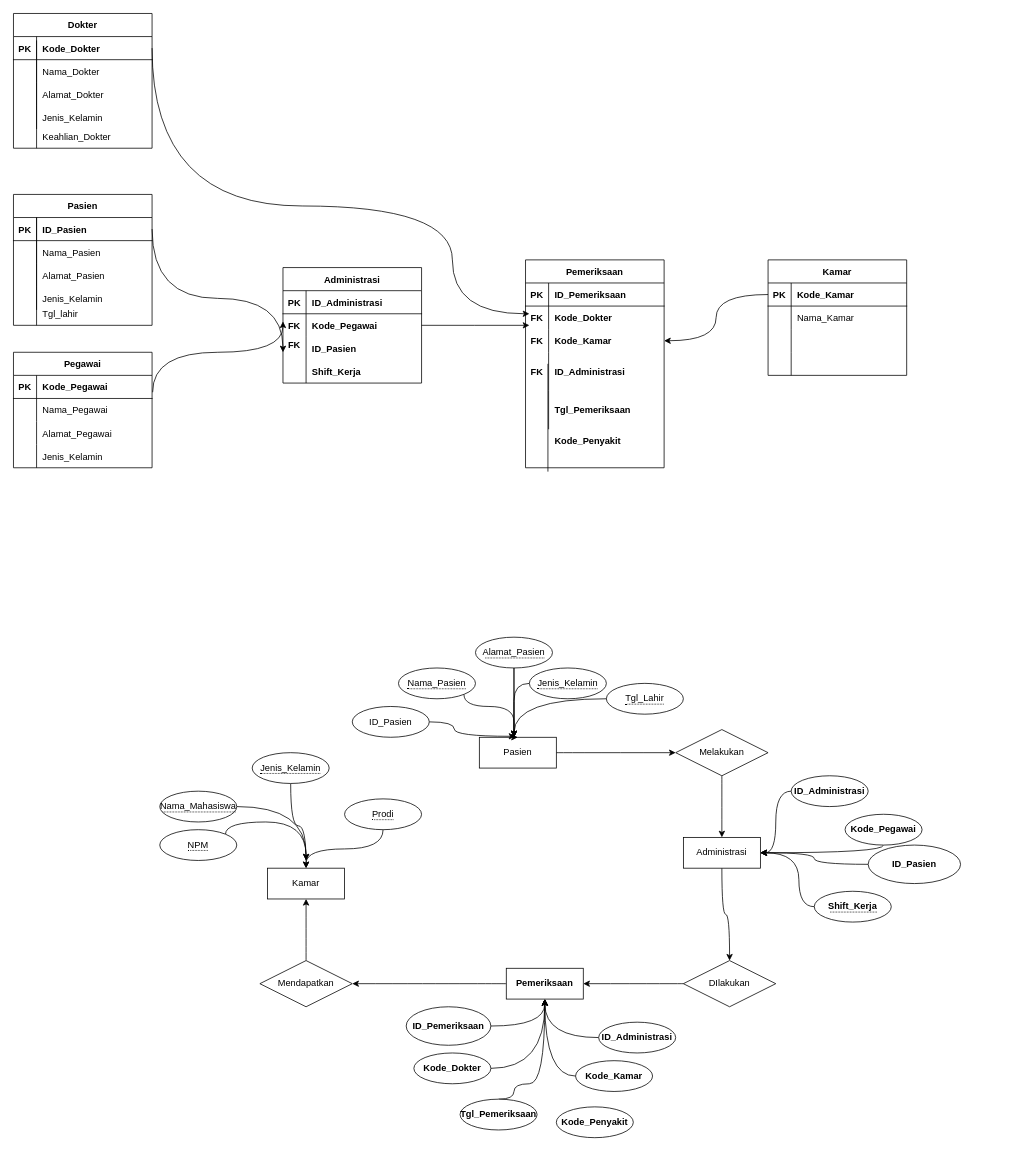
Earlier version of the draw.io diagram Rumah Sakit.drawio (lukmanprasetyo/Business-Model-Canvas-BMC-). Source tidied: cells renumbered, new cells numbered last; positions are measured from the earlier drawing's top-left corner, leaving out a move shared by most shapes. Both pictures are drawn from the tidied source at 77%, with x=0, y=0 at pixel (13, 13).
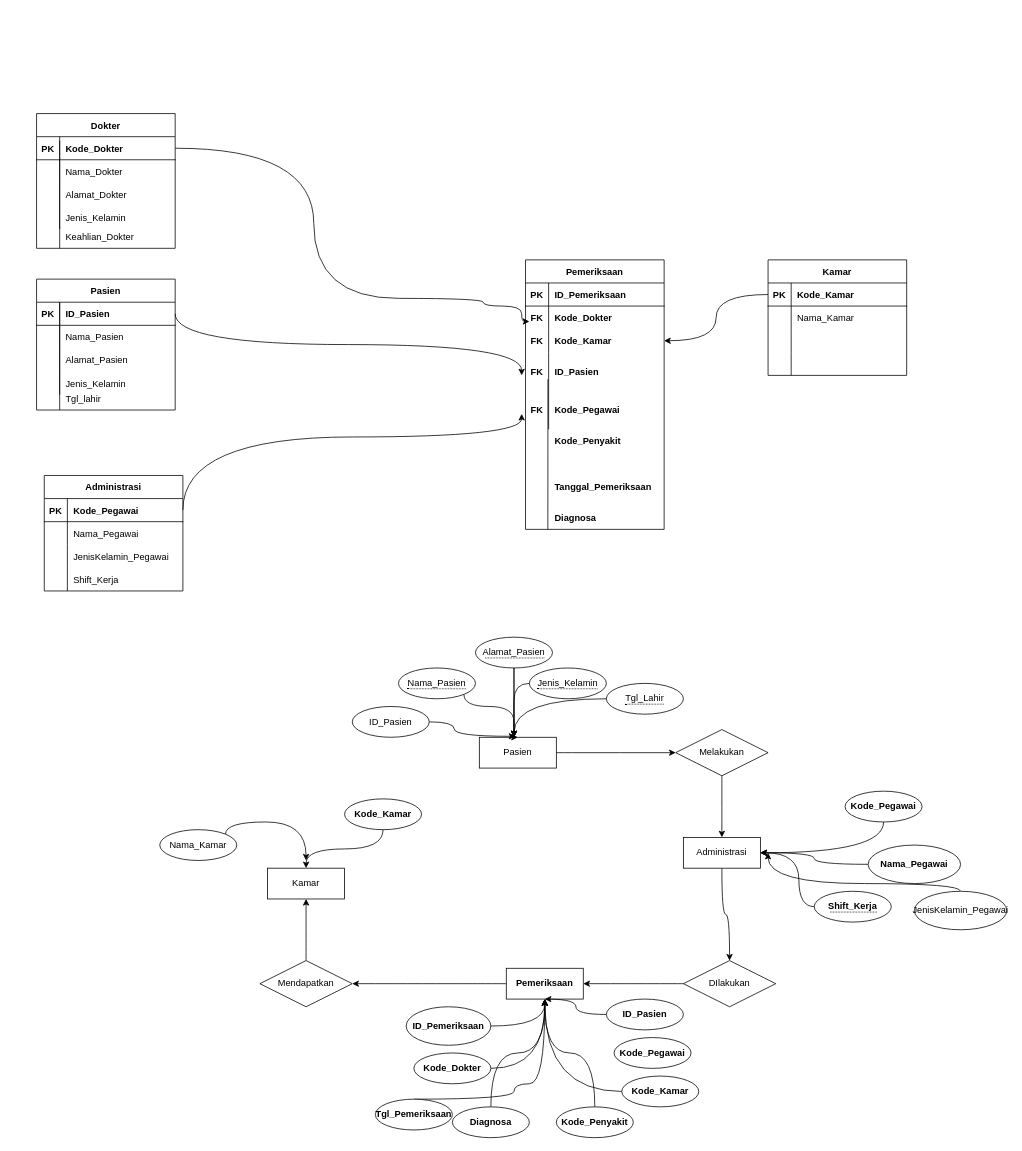
Above is the later version.

The change refers to these unchanged cells:
```xml
<mxCell id="18" style="shape=tableRow;horizontal=0;startSize=0;swimlaneHead=0;swimlaneBody=0;fillColor=none;points=[[0,0.5],[1,0.5]];portConstraint=eastwest;top=0;left=0;right=0;bottom=1;" parent="17" vertex="1">
  <mxGeometry y="30" width="180" height="30" as="geometry" />
</mxCell>
<mxCell id="33" value="Administrasi" style="whiteSpace=wrap;html=1;align=center;" parent="1" vertex="1">
  <mxGeometry x="870" y="1070" width="100" height="40" as="geometry" />
</mxCell>
<mxCell id="37" value="&lt;span style=&quot;font-weight: 700;&quot;&gt;Pemeriksaan&lt;/span&gt;" style="whiteSpace=wrap;html=1;align=center;" parent="1" vertex="1">
  <mxGeometry x="640" y="1240" width="100" height="40" as="geometry" />
</mxCell>
<mxCell id="42" value="Kamar" style="whiteSpace=wrap;html=1;align=center;" parent="1" vertex="1">
  <mxGeometry x="330" y="1110" width="100" height="40" as="geometry" />
</mxCell>
<mxCell id="96" style="shape=tableRow;horizontal=0;startSize=0;swimlaneHead=0;swimlaneBody=0;fillColor=none;points=[[0,0.5],[1,0.5]];portConstraint=eastwest;top=0;left=0;right=0;bottom=1;" parent="95" vertex="1">
  <mxGeometry y="30" width="180" height="30" as="geometry" />
</mxCell>
<mxCell id="122" style="shape=tableRow;horizontal=0;startSize=0;swimlaneHead=0;swimlaneBody=0;fillColor=none;top=0;left=0;right=0;bottom=0;" parent="112" vertex="1">
  <mxGeometry y="120" width="180" height="50" as="geometry" />
</mxCell>
<mxCell id="125" style="shape=tableRow;horizontal=0;startSize=0;swimlaneHead=0;swimlaneBody=0;fillColor=none;top=0;left=0;right=0;bottom=0;" parent="112" vertex="1">
  <mxGeometry y="170" width="180" height="50" as="geometry" />
</mxCell>
<mxCell id="135" style="shape=tableRow;horizontal=0;startSize=0;swimlaneHead=0;swimlaneBody=0;fillColor=none;points=[[0,0.5],[1,0.5]];portConstraint=eastwest;top=0;left=0;right=0;bottom=1;" parent="134" vertex="1">
  <mxGeometry y="30" width="180" height="30" as="geometry" />
</mxCell>
<mxCell id="141" style="shape=tableRow;horizontal=0;startSize=0;swimlaneHead=0;swimlaneBody=0;fillColor=none;top=0;left=0;right=0;bottom=0;" parent="134" vertex="1">
  <mxGeometry y="90" width="180" height="30" as="geometry" />
</mxCell>
<mxCell id="144" style="shape=tableRow;horizontal=0;startSize=0;swimlaneHead=0;swimlaneBody=0;fillColor=none;top=0;left=0;right=0;bottom=0;" parent="134" vertex="1">
  <mxGeometry y="120" width="180" height="30" as="geometry" />
</mxCell>
<mxCell id="153" value="&lt;span style=&quot;font-weight: 700; text-align: left;&quot;&gt;Kode_Penyakit&lt;/span&gt;" style="ellipse;whiteSpace=wrap;html=1;align=center;" parent="1" vertex="1">
  <mxGeometry x="705" y="1420" width="100" height="40" as="geometry" />
</mxCell>
```

What changed in the source:
```diff
@@
-    <mxCell id="2" value="Administrasi" style="shape=table;startSize=30;childLayout=tableLayout;rowLines=0;fontStyle=1;align=center;" parent="1" vertex="1">
-      <mxGeometry x="350" y="330" width="180" height="150" as="geometry" />
-    </mxCell>
-    <mxCell id="3" style="shape=tableRow;horizontal=0;startSize=0;swimlaneHead=0;swimlaneBody=0;fillColor=none;top=0;left=0;right=0;bottom=1;" parent="2" vertex="1">
-      <mxGeometry y="30" width="180" height="30" as="geometry" />
-    </mxCell>
-    <mxCell id="4" value="PK" style="shape=partialRectangle;fillColor=none;top=0;left=0;bottom=0;right=0;fontStyle=1;overflow=hidden;" parent="3" vertex="1">
-      <mxGeometry width="30" height="30" as="geometry" />
-    </mxCell>
-    <mxCell id="5" value="ID_Administrasi" style="shape=partialRectangle;fillColor=none;top=0;left=0;bottom=0;right=0;align=left;spacingLeft=6;fontStyle=1;overflow=hidden;" parent="3" vertex="1">
-      <mxGeometry x="30" width="150" height="30" as="geometry" />
-    </mxCell>
-    <mxCell id="6" style="shape=tableRow;horizontal=0;startSize=0;swimlaneHead=0;swimlaneBody=0;fillColor=none;points=[[0,0.5],[1,0.5]];portConstraint=eastwest;top=0;left=0;right=0;bottom=0;" parent="2" vertex="1">
-      <mxGeometry y="60" width="180" height="30" as="geometry" />
-    </mxCell>
-    <mxCell id="7" style="shape=partialRectangle;fillColor=none;top=0;left=0;bottom=0;right=0;overflow=hidden;" parent="6" vertex="1">
-      <mxGeometry width="30" height="30" as="geometry" />
-    </mxCell>
-    <mxCell id="8" value="Kode_Pegawai" style="shape=partialRectangle;fillColor=none;top=0;left=0;bottom=0;right=0;align=left;spacingLeft=6;overflow=hidden;fontStyle=1;" parent="6" vertex="1">
-      <mxGeometry x="30" width="150" height="30" as="geometry" />
-    </mxCell>
-    <mxCell id="9" style="shape=tableRow;horizontal=0;startSize=0;swimlaneHead=0;swimlaneBody=0;fillColor=none;top=0;left=0;right=0;bottom=0;" parent="2" vertex="1">
-      <mxGeometry y="90" width="180" height="30" as="geometry" />
-    </mxCell>
-    <mxCell id="10" style="shape=partialRectangle;fillColor=none;top=0;left=0;bottom=0;right=0;overflow=hidden;" parent="9" vertex="1">
-      <mxGeometry width="30" height="30" as="geometry" />
-    </mxCell>
-    <mxCell id="11" value="ID_Pasien" style="shape=partialRectangle;fillColor=none;top=0;left=0;bottom=0;right=0;align=left;spacingLeft=6;overflow=hidden;fontStyle=1;" parent="9" vertex="1">
-      <mxGeometry x="30" width="150" height="30" as="geometry" />
-    </mxCell>
-    <mxCell id="12" style="shape=tableRow;horizontal=0;startSize=0;swimlaneHead=0;swimlaneBody=0;fillColor=none;top=0;left=0;right=0;bottom=0;" parent="2" vertex="1">
-      <mxGeometry y="120" width="180" height="30" as="geometry" />
-    </mxCell>
-    <mxCell id="13" style="shape=partialRectangle;fillColor=none;top=0;left=0;bottom=0;right=0;overflow=hidden;" parent="12" vertex="1">
-      <mxGeometry width="30" height="30" as="geometry" />
-    </mxCell>
-    <mxCell id="14" value="Shift_Kerja" style="shape=partialRectangle;fillColor=none;top=0;left=0;bottom=0;right=0;align=left;spacingLeft=6;overflow=hidden;fontStyle=1;" parent="12" vertex="1">
-      <mxGeometry x="30" width="150" height="30" as="geometry" />
-    </mxCell>
-    <mxCell id="15" value="FK" style="shape=partialRectangle;fillColor=none;top=0;left=0;bottom=0;right=0;fontStyle=1;overflow=hidden;" parent="1" vertex="1">
-      <mxGeometry x="350" y="390" width="30" height="30" as="geometry" />
-    </mxCell>
-    <mxCell id="16" value="FK" style="shape=partialRectangle;fillColor=none;top=0;left=0;bottom=0;right=0;fontStyle=1;overflow=hidden;" parent="1" vertex="1">
-      <mxGeometry x="350" y="415" width="30" height="30" as="geometry" />
-    </mxCell>
     <mxCell id="17" value="Pasien" style="shape=table;startSize=30;childLayout=tableLayout;rowLines=0;fontStyle=1;align=center;" parent="1" vertex="1">
-      <mxGeometry y="235" width="180" height="170" as="geometry" />
+      <mxGeometry x="30" y="345" width="180" height="170" as="geometry" />
     </mxCell>
@@
-    <mxCell id="52" style="edgeStyle=orthogonalEdgeStyle;curved=1;rounded=0;jettySize=auto;html=1;entryX=1;entryY=0.5;entryDx=0;entryDy=0;" parent="1" edge="1" source="53" target="33">
-      <mxGeometry relative="1" as="geometry" />
-    </mxCell>
-    <mxCell id="53" value="&lt;span style=&quot;font-weight: 700; text-align: left;&quot;&gt;ID_Administrasi&lt;/span&gt;" style="ellipse;whiteSpace=wrap;html=1;align=center;" parent="1" vertex="1">
-      <mxGeometry x="1010" y="990" width="100" height="40" as="geometry" />
-    </mxCell>
@@
     <mxCell id="55" value="&lt;span style=&quot;font-weight: 700; text-align: left;&quot;&gt;Kode_Pegawai&lt;/span&gt;" style="ellipse;whiteSpace=wrap;html=1;align=center;" parent="1" vertex="1">
-      <mxGeometry x="1080" y="1040" width="100" height="40" as="geometry" />
+      <mxGeometry x="1080" y="1010" width="100" height="40" as="geometry" />
     </mxCell>
@@
-    <mxCell id="59" value="&lt;span style=&quot;font-weight: 700; text-align: left;&quot;&gt;ID_Administrasi&lt;/span&gt;" style="ellipse;whiteSpace=wrap;html=1;align=center;" parent="1" vertex="1">
-      <mxGeometry x="760" y="1310" width="100" height="40" as="geometry" />
+    <mxCell id="59" value="&lt;span style=&quot;font-weight: 700; text-align: left;&quot;&gt;ID_Pasien&lt;/span&gt;" style="ellipse;whiteSpace=wrap;html=1;align=center;" parent="1" vertex="1">
+      <mxGeometry x="770" y="1280" width="100" height="40" as="geometry" />
     </mxCell>
@@
     <mxCell id="63" value="&lt;span style=&quot;font-weight: 700; text-align: left;&quot;&gt;Kode_Kamar&lt;/span&gt;" style="ellipse;whiteSpace=wrap;html=1;align=center;" parent="1" vertex="1">
-      <mxGeometry x="730" y="1360" width="100" height="40" as="geometry" />
+      <mxGeometry x="790" y="1380" width="100" height="40" as="geometry" />
     </mxCell>
@@
-    <mxCell id="67" value="&lt;span style=&quot;border-bottom: 1px dotted&quot;&gt;Prodi&lt;/span&gt;" style="ellipse;whiteSpace=wrap;html=1;align=center;" parent="1" vertex="1">
+    <mxCell id="67" value="&lt;span style=&quot;font-weight: 700; text-align: left;&quot;&gt;Kode_Kamar&lt;/span&gt;" style="ellipse;whiteSpace=wrap;html=1;align=center;" parent="1" vertex="1">
       <mxGeometry x="430" y="1020" width="100" height="40" as="geometry" />
     </mxCell>
-    <mxCell id="68" style="edgeStyle=orthogonalEdgeStyle;curved=1;rounded=0;jettySize=auto;html=1;entryX=0.5;entryY=0;entryDx=0;entryDy=0;" parent="1" edge="1" source="69" target="42">
-      <mxGeometry relative="1" as="geometry" />
-    </mxCell>
-    <mxCell id="69" value="&lt;span style=&quot;border-bottom: 1px dotted&quot;&gt;Jenis_Kelamin&lt;/span&gt;" style="ellipse;whiteSpace=wrap;html=1;align=center;" parent="1" vertex="1">
-      <mxGeometry x="310" y="960" width="100" height="40" as="geometry" />
-    </mxCell>
-    <mxCell id="70" style="edgeStyle=orthogonalEdgeStyle;curved=1;rounded=0;jettySize=auto;html=1;" parent="1" edge="1" source="71">
-      <mxGeometry relative="1" as="geometry">
-        <mxPoint x="380" y="1100" as="targetPoint" />
-      </mxGeometry>
-    </mxCell>
-    <mxCell id="71" value="&lt;span style=&quot;border-bottom: 1px dotted&quot;&gt;Nama_Mahasiswa&lt;/span&gt;" style="ellipse;whiteSpace=wrap;html=1;align=center;" parent="1" vertex="1">
-      <mxGeometry x="190" y="1010" width="100" height="40" as="geometry" />
-    </mxCell>
@@
-    <mxCell id="73" value="&lt;span style=&quot;border-bottom: 1px dotted&quot;&gt;NPM&lt;/span&gt;" style="ellipse;whiteSpace=wrap;html=1;align=center;" parent="1" vertex="1">
+    <mxCell id="73" value="&lt;span style=&quot;text-align: left;&quot;&gt;Nama_Kamar&lt;/span&gt;" style="ellipse;whiteSpace=wrap;html=1;align=center;" parent="1" vertex="1">
       <mxGeometry x="190" y="1060" width="100" height="40" as="geometry" />
     </mxCell>
@@
-    <mxCell id="75" value="&lt;span style=&quot;font-weight: 700; text-align: left;&quot;&gt;ID_Pasien&lt;/span&gt;" style="ellipse;whiteSpace=wrap;html=1;align=center;" parent="1" vertex="1">
+    <mxCell id="75" value="&lt;span style=&quot;font-weight: 700; text-align: left;&quot;&gt;Nama_Pegawai&lt;/span&gt;" style="ellipse;whiteSpace=wrap;html=1;align=center;" parent="1" vertex="1">
       <mxGeometry x="1110" y="1080" width="120" height="50" as="geometry" />
     </mxCell>
     <mxCell id="76" style="endArrow=none;html=1;rounded=0;" parent="1" edge="1">
       <mxGeometry relative="1" as="geometry">
-        <mxPoint x="30" y="265" as="sourcePoint" />
-        <mxPoint x="30" y="405" as="targetPoint" />
+        <mxPoint x="60" y="375" as="sourcePoint" />
+        <mxPoint x="60" y="515" as="targetPoint" />
       </mxGeometry>
     </mxCell>
     <mxCell id="77" style="shape=tableRow;horizontal=0;startSize=0;swimlaneHead=0;swimlaneBody=0;fillColor=none;top=0;left=0;right=0;bottom=0;" parent="1" vertex="1">
-      <mxGeometry y="375" width="180" height="30" as="geometry" />
+      <mxGeometry x="30" y="485" width="180" height="30" as="geometry" />
     </mxCell>
@@
     <mxCell id="95" value="Dokter" style="shape=table;startSize=30;childLayout=tableLayout;rowLines=0;fontStyle=1;align=center;" parent="1" vertex="1">
-      <mxGeometry width="180" height="175" as="geometry" />
+      <mxGeometry x="30" y="130" width="180" height="175" as="geometry" />
     </mxCell>
@@
     <mxCell id="108" value="Keahlian_Dokter" style="shape=partialRectangle;fillColor=none;top=0;left=0;bottom=0;right=0;align=left;spacingLeft=6;overflow=hidden;" parent="1" vertex="1">
-      <mxGeometry x="30" y="145" width="150" height="30" as="geometry" />
+      <mxGeometry x="60" y="275" width="150" height="30" as="geometry" />
     </mxCell>
     <mxCell id="109" style="endArrow=none;html=1;rounded=0;" parent="1" edge="1">
       <mxGeometry relative="1" as="geometry">
-        <mxPoint x="30" y="35" as="sourcePoint" />
-        <mxPoint x="30" y="175" as="targetPoint" />
+        <mxPoint x="60" y="165" as="sourcePoint" />
+        <mxPoint x="60" y="305" as="targetPoint" />
       </mxGeometry>
     </mxCell>
@@
     <mxCell id="112" value="Pemeriksaan" style="shape=table;startSize=30;childLayout=tableLayout;rowLines=0;fontStyle=1;align=center;" parent="1" vertex="1">
-      <mxGeometry x="665" y="320" width="180" height="270" as="geometry" />
+      <mxGeometry x="665" y="320" width="180" height="350" as="geometry" />
     </mxCell>
@@
-    <mxCell id="124" value="ID_Administrasi" style="shape=partialRectangle;fillColor=none;top=0;left=0;bottom=0;right=0;align=left;spacingLeft=6;overflow=hidden;fontStyle=1;" parent="122" vertex="1">
+    <mxCell id="124" value="ID_Pasien" style="shape=partialRectangle;fillColor=none;top=0;left=0;bottom=0;right=0;align=left;spacingLeft=6;overflow=hidden;fontStyle=1;" parent="122" vertex="1">
       <mxGeometry x="30" width="150" height="50" as="geometry" />
     </mxCell>
@@
-    <mxCell id="127" value="Tgl_Pemeriksaan" style="shape=partialRectangle;fillColor=none;top=0;left=0;bottom=0;right=0;align=left;spacingLeft=6;overflow=hidden;fontStyle=1;" parent="125" vertex="1">
+    <mxCell id="127" value="Kode_Pegawai" style="shape=partialRectangle;fillColor=none;top=0;left=0;bottom=0;right=0;align=left;spacingLeft=6;overflow=hidden;fontStyle=1;" parent="125" vertex="1">
       <mxGeometry x="30" width="150" height="50" as="geometry" />
     </mxCell>
@@
     <mxCell id="130" style="endArrow=none;html=1;rounded=0;" parent="1" edge="1">
       <mxGeometry relative="1" as="geometry">
-        <mxPoint x="694.1" y="455" as="sourcePoint" />
-        <mxPoint x="694.1" y="595" as="targetPoint" />
+        <mxPoint x="694.1" y="475" as="sourcePoint" />
+        <mxPoint x="694" y="670" as="targetPoint" />
       </mxGeometry>
     </mxCell>
@@
-    <mxCell id="132" style="edgeStyle=orthogonalEdgeStyle;rounded=0;jettySize=auto;html=1;exitX=1;exitY=0.5;exitDx=0;exitDy=0;curved=1;" parent="1" edge="1" source="18">
-      <mxGeometry relative="1" as="geometry">
-        <mxPoint x="350" y="440" as="targetPoint" />
-        <Array as="points">
-          <mxPoint x="180" y="370" />
-          <mxPoint x="350" y="370" />
-        </Array>
-      </mxGeometry>
-    </mxCell>
-    <mxCell id="133" style="edgeStyle=orthogonalEdgeStyle;curved=1;rounded=0;jettySize=auto;html=1;exitX=1.004;exitY=0.73;exitDx=0;exitDy=0;exitPerimeter=0;" parent="1" edge="1" source="135">
-      <mxGeometry relative="1" as="geometry">
-        <mxPoint x="350" y="400" as="targetPoint" />
-        <Array as="points">
-          <mxPoint x="181" y="440" />
-          <mxPoint x="350" y="440" />
-        </Array>
-      </mxGeometry>
-    </mxCell>
-    <mxCell id="134" value="Pegawai" style="shape=table;startSize=30;childLayout=tableLayout;rowLines=0;fontStyle=1;align=center;" parent="1" vertex="1">
-      <mxGeometry y="440" width="180" height="150" as="geometry" />
+    <mxCell id="134" value="Administrasi" style="shape=table;startSize=30;childLayout=tableLayout;rowLines=0;fontStyle=1;align=center;" parent="1" vertex="1">
+      <mxGeometry x="40" y="600" width="180" height="150" as="geometry" />
     </mxCell>
@@
-    <mxCell id="143" value="Alamat_Pegawai" style="shape=partialRectangle;fillColor=none;top=0;left=0;bottom=0;right=0;align=left;spacingLeft=6;overflow=hidden;" parent="141" vertex="1">
+    <mxCell id="143" value="JenisKelamin_Pegawai" style="shape=partialRectangle;fillColor=none;top=0;left=0;bottom=0;right=0;align=left;spacingLeft=6;overflow=hidden;" parent="141" vertex="1">
       <mxGeometry x="30" width="150" height="30" as="geometry" />
     </mxCell>
@@
-    <mxCell id="146" value="Jenis_Kelamin" style="shape=partialRectangle;fillColor=none;top=0;left=0;bottom=0;right=0;align=left;spacingLeft=6;overflow=hidden;" parent="144" vertex="1">
+    <mxCell id="146" value="Shift_Kerja" style="shape=partialRectangle;fillColor=none;top=0;left=0;bottom=0;right=0;align=left;spacingLeft=6;overflow=hidden;" parent="144" vertex="1">
       <mxGeometry x="30" width="150" height="30" as="geometry" />
     </mxCell>
-    <mxCell id="147" style="edgeStyle=orthogonalEdgeStyle;curved=1;rounded=0;jettySize=auto;html=1;" parent="1" edge="1" source="6">
-      <mxGeometry relative="1" as="geometry">
-        <mxPoint x="670" y="405" as="targetPoint" />
-      </mxGeometry>
-    </mxCell>
@@
-    <mxCell id="149" style="edgeStyle=orthogonalEdgeStyle;curved=1;rounded=0;jettySize=auto;html=1;exitX=1;exitY=0.5;exitDx=0;exitDy=0;" parent="1" edge="1" source="96">
-      <mxGeometry relative="1" as="geometry">
-        <mxPoint x="670" y="390" as="targetPoint" />
-        <Array as="points">
-          <mxPoint x="180" y="250" />
-          <mxPoint x="570" y="250" />
-          <mxPoint x="570" y="390" />
-        </Array>
-      </mxGeometry>
-    </mxCell>
@@
     <mxCell id="152" value="&lt;span style=&quot;font-weight: 700; text-align: left;&quot;&gt;Tgl_Pemeriksaan&lt;/span&gt;" style="ellipse;whiteSpace=wrap;html=1;align=center;" parent="1" vertex="1">
-      <mxGeometry x="580" y="1410" width="100" height="40" as="geometry" />
+      <mxGeometry x="470" y="1410" width="100" height="40" as="geometry" />
     </mxCell>
+    <mxCell id="154" style="edgeStyle=orthogonalEdgeStyle;curved=1;rounded=0;jettySize=auto;html=1;" parent="1" edge="1" source="153" target="37">
+      <mxGeometry relative="1" as="geometry" />
+    </mxCell>
@@
+    <mxCell id="155" value="FK" style="shape=partialRectangle;fillColor=none;top=0;left=0;bottom=0;right=0;fontStyle=1;overflow=hidden;" parent="1" vertex="1">
+      <mxGeometry x="665" y="500" width="30" height="30" as="geometry" />
+    </mxCell>
+    <mxCell id="156" value="Tanggal_Pemeriksaan" style="shape=partialRectangle;fillColor=none;top=0;left=0;bottom=0;right=0;align=left;spacingLeft=6;overflow=hidden;fontStyle=1;" parent="1" vertex="1">
+      <mxGeometry x="695" y="600" width="150" height="30" as="geometry" />
+    </mxCell>
+    <mxCell id="157" style="edgeStyle=orthogonalEdgeStyle;curved=1;rounded=0;jettySize=auto;html=1;exitX=1;exitY=0.5;exitDx=0;exitDy=0;" parent="1" edge="1" source="135">
+      <mxGeometry relative="1" as="geometry">
+        <mxPoint x="660" y="520" as="targetPoint" />
+        <Array as="points">
+          <mxPoint x="220" y="550" />
+          <mxPoint x="660" y="550" />
+        </Array>
+      </mxGeometry>
+    </mxCell>
+    <mxCell id="158" style="edgeStyle=orthogonalEdgeStyle;curved=1;rounded=0;jettySize=auto;html=1;exitX=1;exitY=0.5;exitDx=0;exitDy=0;" parent="1" edge="1" source="18">
+      <mxGeometry relative="1" as="geometry">
+        <mxPoint x="660" y="470" as="targetPoint" />
+        <Array as="points">
+          <mxPoint x="210" y="430" />
+          <mxPoint x="660" y="430" />
+        </Array>
+      </mxGeometry>
+    </mxCell>
+    <mxCell id="159" style="edgeStyle=orthogonalEdgeStyle;curved=1;rounded=0;jettySize=auto;html=1;exitX=1;exitY=0.5;exitDx=0;exitDy=0;" parent="1" edge="1" source="96">
+      <mxGeometry relative="1" as="geometry">
+        <mxPoint x="670" y="400" as="targetPoint" />
+        <Array as="points">
+          <mxPoint x="390" y="175" />
+          <mxPoint x="390" y="370" />
+          <mxPoint x="610" y="370" />
+          <mxPoint x="610" y="380" />
+          <mxPoint x="660" y="380" />
+        </Array>
+      </mxGeometry>
+    </mxCell>
+    <mxCell id="160" value="Diagnosa" style="shape=partialRectangle;fillColor=none;top=0;left=0;bottom=0;right=0;align=left;spacingLeft=6;overflow=hidden;fontStyle=1;" parent="1" vertex="1">
+      <mxGeometry x="695" y="640" width="150" height="30" as="geometry" />
+    </mxCell>
+    <mxCell id="161" style="edgeStyle=orthogonalEdgeStyle;curved=1;rounded=0;jettySize=auto;html=1;entryX=0.5;entryY=1;entryDx=0;entryDy=0;" parent="1" edge="1" source="162" target="37">
+      <mxGeometry relative="1" as="geometry" />
+    </mxCell>
+    <mxCell id="162" value="&lt;span style=&quot;font-weight: 700; text-align: left;&quot;&gt;Diagnosa&lt;/span&gt;" style="ellipse;whiteSpace=wrap;html=1;align=center;" parent="1" vertex="1">
+      <mxGeometry x="570" y="1420" width="100" height="40" as="geometry" />
+    </mxCell>
+    <mxCell id="163" style="edgeStyle=orthogonalEdgeStyle;curved=1;rounded=0;jettySize=auto;html=1;" parent="1" edge="1" source="164">
+      <mxGeometry relative="1" as="geometry">
+        <mxPoint x="980" y="1090" as="targetPoint" />
+        <Array as="points">
+          <mxPoint x="1230" y="1130" />
+          <mxPoint x="980" y="1130" />
+        </Array>
+      </mxGeometry>
+    </mxCell>
+    <mxCell id="164" value="&lt;span style=&quot;text-align: left;&quot;&gt;JenisKelamin_Pegawai&lt;/span&gt;" style="ellipse;whiteSpace=wrap;html=1;align=center;" parent="1" vertex="1">
+      <mxGeometry x="1170" y="1140" width="120" height="50" as="geometry" />
+    </mxCell>
+    <mxCell id="8" value="&lt;span style=&quot;font-weight: 700; text-align: left;&quot;&gt;Kode_Pegawai&lt;/span&gt;" style="ellipse;whiteSpace=wrap;html=1;align=center;" parent="1" vertex="1">
+      <mxGeometry x="780" y="1330" width="100" height="40" as="geometry" />
+    </mxCell>
```
